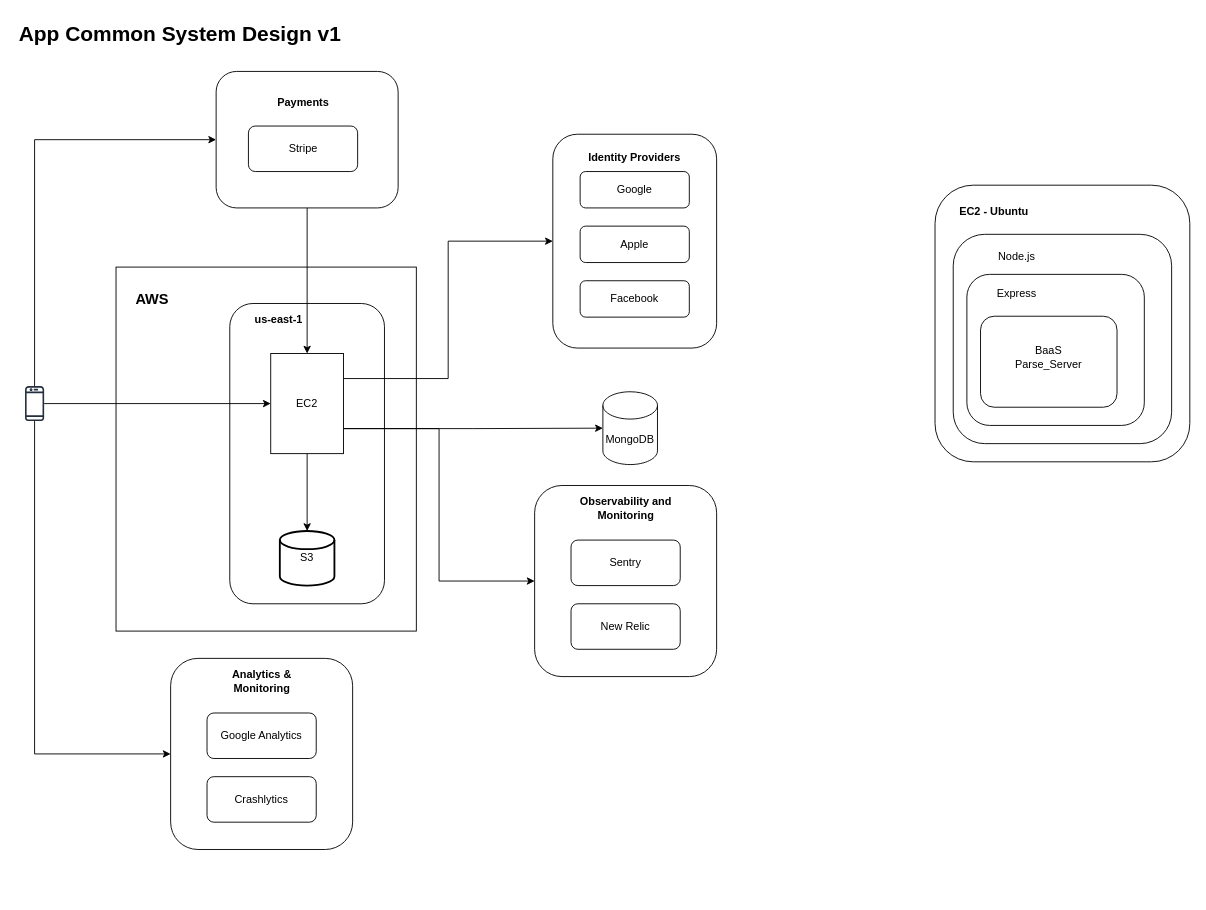
This is system-design-common-app.drawio from jasieloc/system-design, a draw.io file, before an edit. Source tidied: cells renumbered, new cells numbered last; positions are measured from the earlier drawing's top-left corner, leaving out a move shared by most shapes. Both pictures are drawn from the tidied source at 91%, with x=0, y=0 at pixel (15, 15).
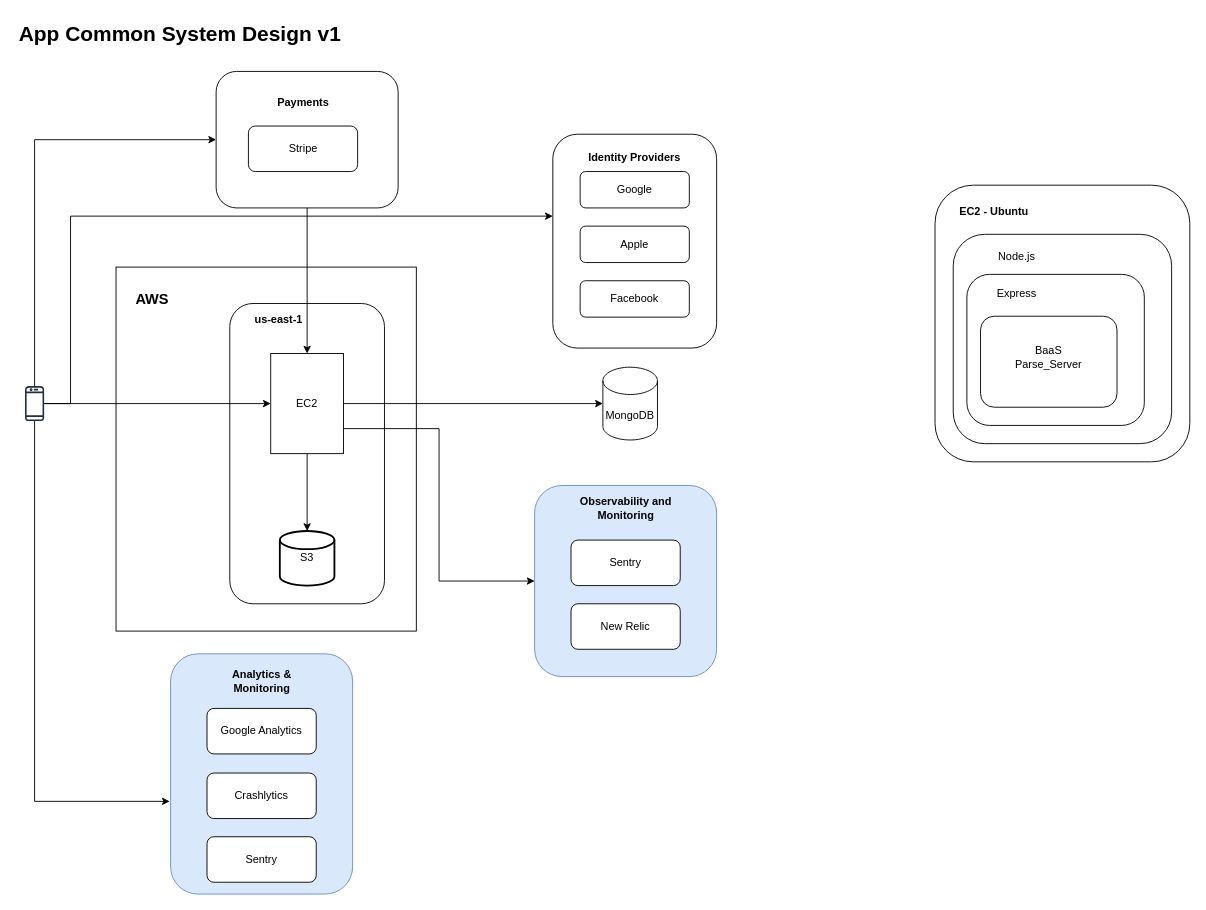
The same page after the edit.

The change refers to these unchanged cells:
```xml
<mxCell id="2" style="rounded=1;whiteSpace=wrap;html=1;fillColor=none;" parent="1" vertex="1">
  <mxGeometry x="590" y="130" width="180" height="235" as="geometry" />
</mxCell>
<mxCell id="12" value="EC2" style="rounded=0;whiteSpace=wrap;html=1;" parent="1" vertex="1">
  <mxGeometry x="280" y="371" width="80" height="110" as="geometry" />
</mxCell>
<mxCell id="15" style="sketch=0;outlineConnect=0;fontColor=#232F3E;gradientColor=none;fillColor=#232F3D;strokeColor=none;dashed=0;verticalLabelPosition=bottom;verticalAlign=top;align=center;html=1;fontSize=12;fontStyle=0;shape=mxgraph.aws4.mobile_client;" parent="1" vertex="1">
  <mxGeometry x="10" y="406" width="21" height="40" as="geometry" />
</mxCell>
```

Change to the diagram source:
```diff
@@
     <mxCell id="8" value="MongoDB" style="shape=cylinder3;whiteSpace=wrap;html=1;boundedLbl=1;backgroundOutline=1;size=15;" parent="1" vertex="1">
-      <mxGeometry x="645" y="413" width="60" height="80" as="geometry" />
+      <mxGeometry x="645" y="386" width="60" height="80" as="geometry" />
     </mxCell>
-    <mxCell id="9" style="edgeStyle=orthogonalEdgeStyle;rounded=0;jettySize=auto;html=1;exitX=1;exitY=0.75;exitDx=0;exitDy=0;entryX=0;entryY=0.5;entryDx=0;entryDy=0;entryPerimeter=0;" parent="1" edge="1" source="12" target="8">
-      <mxGeometry relative="1" as="geometry" />
-    </mxCell>
-    <mxCell id="10" style="edgeStyle=orthogonalEdgeStyle;rounded=0;jettySize=auto;html=1;exitX=1;exitY=0.25;exitDx=0;exitDy=0;entryX=0;entryY=0.5;entryDx=0;entryDy=0;" parent="1" edge="1" source="12" target="2">
-      <mxGeometry relative="1" as="geometry" />
-    </mxCell>
@@
-    <mxCell id="13" style="edgeStyle=orthogonalEdgeStyle;rounded=0;jettySize=auto;html=1;entryX=0;entryY=0.5;entryDx=0;entryDy=0;" parent="1" edge="1" source="15" target="24">
-      <mxGeometry relative="1" as="geometry">
-        <Array as="points">
-          <mxPoint x="21" y="811" />
-        </Array>
-      </mxGeometry>
-    </mxCell>
@@
-    <mxCell id="24" style="rounded=1;whiteSpace=wrap;html=1;fillColor=none;" parent="1" vertex="1">
-      <mxGeometry x="170" y="706" width="200" height="210" as="geometry" />
+    <mxCell id="24" style="rounded=1;whiteSpace=wrap;html=1;fillColor=#dae8fc;strokeColor=#6c8ebf;" parent="1" vertex="1">
+      <mxGeometry x="170" y="701" width="200" height="264" as="geometry" />
     </mxCell>
     <mxCell id="25" value="Google Analytics" style="rounded=1;whiteSpace=wrap;html=1;" parent="1" vertex="1">
-      <mxGeometry x="210" y="766" width="120" height="50" as="geometry" />
+      <mxGeometry x="210" y="761" width="120" height="50" as="geometry" />
     </mxCell>
     <mxCell id="26" value="Crashlytics" style="rounded=1;whiteSpace=wrap;html=1;" parent="1" vertex="1">
-      <mxGeometry x="210" y="836" width="120" height="50" as="geometry" />
+      <mxGeometry x="210" y="832" width="120" height="50" as="geometry" />
     </mxCell>
@@
-    <mxCell id="29" style="rounded=1;whiteSpace=wrap;html=1;fillColor=none;" parent="1" vertex="1">
+    <mxCell id="29" style="rounded=1;whiteSpace=wrap;html=1;fillColor=#dae8fc;strokeColor=#6c8ebf;" parent="1" vertex="1">
       <mxGeometry x="570" y="516" width="200" height="210" as="geometry" />
     </mxCell>
@@
+    <mxCell id="44" value="Sentry" style="rounded=1;whiteSpace=wrap;html=1;" parent="1" vertex="1">
+      <mxGeometry x="210" y="902" width="120" height="50" as="geometry" />
+    </mxCell>
+    <mxCell id="13" style="edgeStyle=orthogonalEdgeStyle;rounded=0;jettySize=auto;html=1;entryX=-0.005;entryY=0.614;entryDx=0;entryDy=0;entryPerimeter=0;" parent="1" edge="1" source="15" target="24">
+      <mxGeometry relative="1" as="geometry">
+        <Array as="points">
+          <mxPoint x="21" y="863" />
+        </Array>
+      </mxGeometry>
+    </mxCell>
+    <mxCell id="9" style="edgeStyle=orthogonalEdgeStyle;rounded=0;jettySize=auto;html=1;entryX=0;entryY=0.5;entryDx=0;entryDy=0;entryPerimeter=0;" parent="1" edge="1" source="12" target="8">
+      <mxGeometry relative="1" as="geometry" />
+    </mxCell>
+    <mxCell id="45" style="edgeStyle=orthogonalEdgeStyle;rounded=0;jettySize=auto;html=1;entryX=0;entryY=0.383;entryDx=0;entryDy=0;entryPerimeter=0;" parent="1" edge="1" source="15" target="2">
+      <mxGeometry relative="1" as="geometry">
+        <Array as="points">
+          <mxPoint x="60" y="426" />
+          <mxPoint x="60" y="220" />
+        </Array>
+      </mxGeometry>
+    </mxCell>
```
